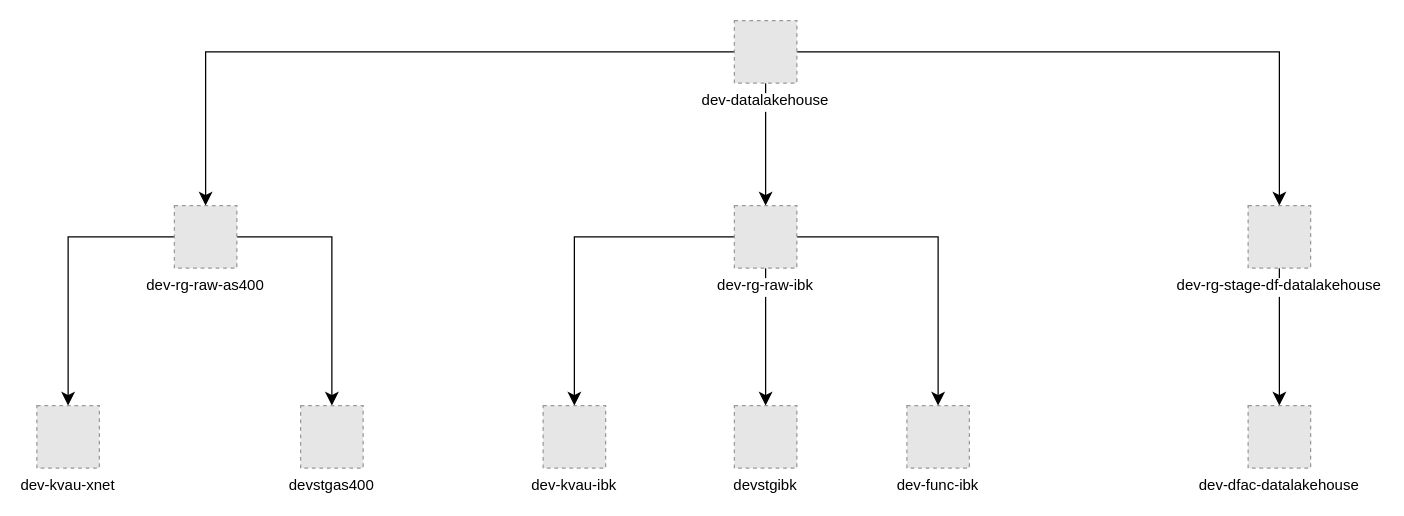
This is page "dev-datalakehouse" (2 of 5) of Arquitectura Azure.drawio from jcdiazz/Diagramas, a draw.io file, before an edit. Source tidied: cells renumbered, new cells numbered last; positions are measured from the earlier drawing's top-left corner, leaving out a move shared by most shapes. Both pictures are drawn from the tidied source at 125%, with x=0, y=0 at pixel (36, 20). Pictures stored in the file or linked from it are replaced by grey dashed boxes.
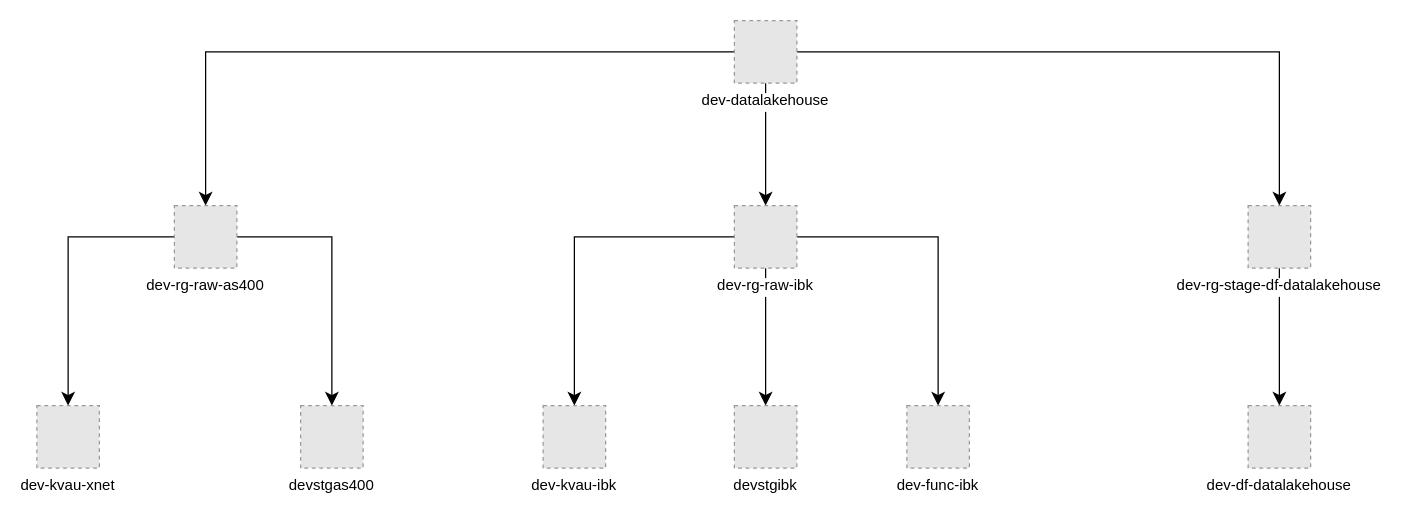
Above is the later version.

Diff of the diagram source:
```diff
@@
-    <mxCell id="16" value="dev-dfac-datalakehouse" style="fillColor=#E6E6E6;strokeColor=#999999;dashed=1;verticalLabelPosition=bottom;labelBackgroundColor=default;verticalAlign=top;rotation=0;" parent="1" vertex="1">
+    <mxCell id="16" value="dev-df-datalakehouse" style="fillColor=#E6E6E6;strokeColor=#999999;dashed=1;verticalLabelPosition=bottom;labelBackgroundColor=default;verticalAlign=top;rotation=0;" parent="1" vertex="1">
       <mxGeometry x="969" y="308" width="50" height="50" as="geometry" />
     </mxCell>
```
